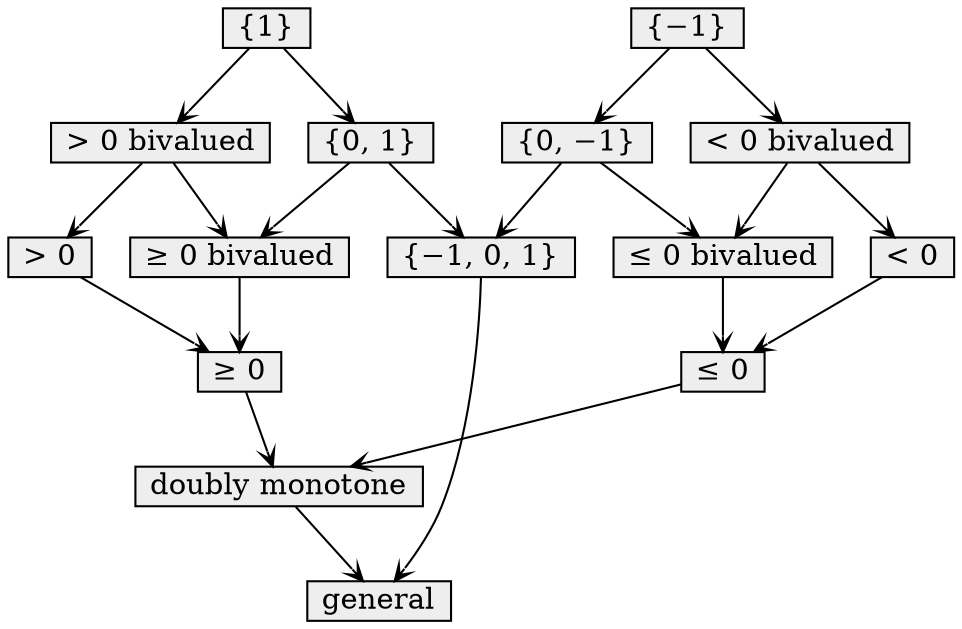
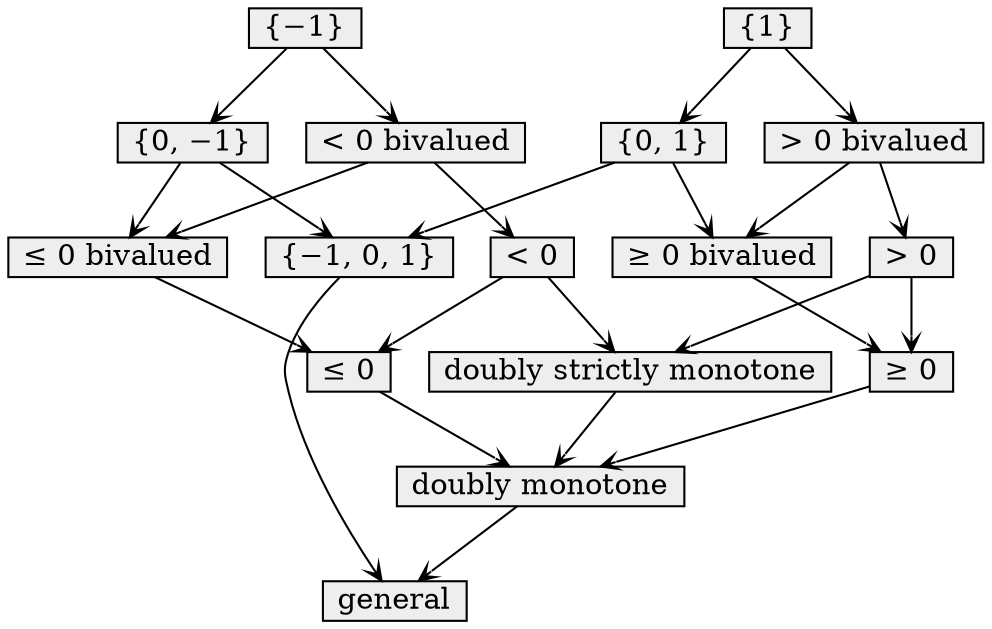
digraph G {
graph [margin=0];
edge [arrowhead=vee, arrowsize=0.75];
node [shape=box, margin="0.1,0.03", width=0, height=0, style=filled, fillcolor="#eeeeee"];

general;
dblMono [label="doubly monotone"];
+ dblStrMono [label="doubly strictly monotone"];
nonneg [label="≥ 0"];
positive [label="> 0"];
nonpos [label="≤ 0"];
negative [label="< 0"];
nonnegBival [label="≥ 0 bivalued"];
positiveBival [label="> 0 bivalued"];
nonposBival [label="≤ 0 bivalued"];
negativeBival [label="< 0 bivalued"];
//mixedBival [label="mixed bivalued"];
tribool [label="{−1, 0, 1}"];
binary [label="{0, 1}"];
negBinary [label="{0, −1}"];
unit [label="{1}"];
negUnit [label="{−1}"];

dblMono -> general;
+ dblStrMono -> dblMono;
nonneg -> dblMono;
nonpos -> dblMono;
positive -> nonneg;
negative -> nonpos;
+ positive -> dblStrMono;
+ negative -> dblStrMono;
//mixedBival -> general;
nonnegBival -> nonneg;
nonposBival -> nonpos;
positiveBival -> positive;
negativeBival -> negative;
positiveBival -> nonnegBival;
negativeBival -> nonposBival;
tribool -> general;
binary -> tribool;
negBinary -> tribool;
binary -> nonnegBival;
negBinary -> nonposBival;
unit -> binary;
unit -> positiveBival;
negUnit -> negBinary;
negUnit -> negativeBival;
}
